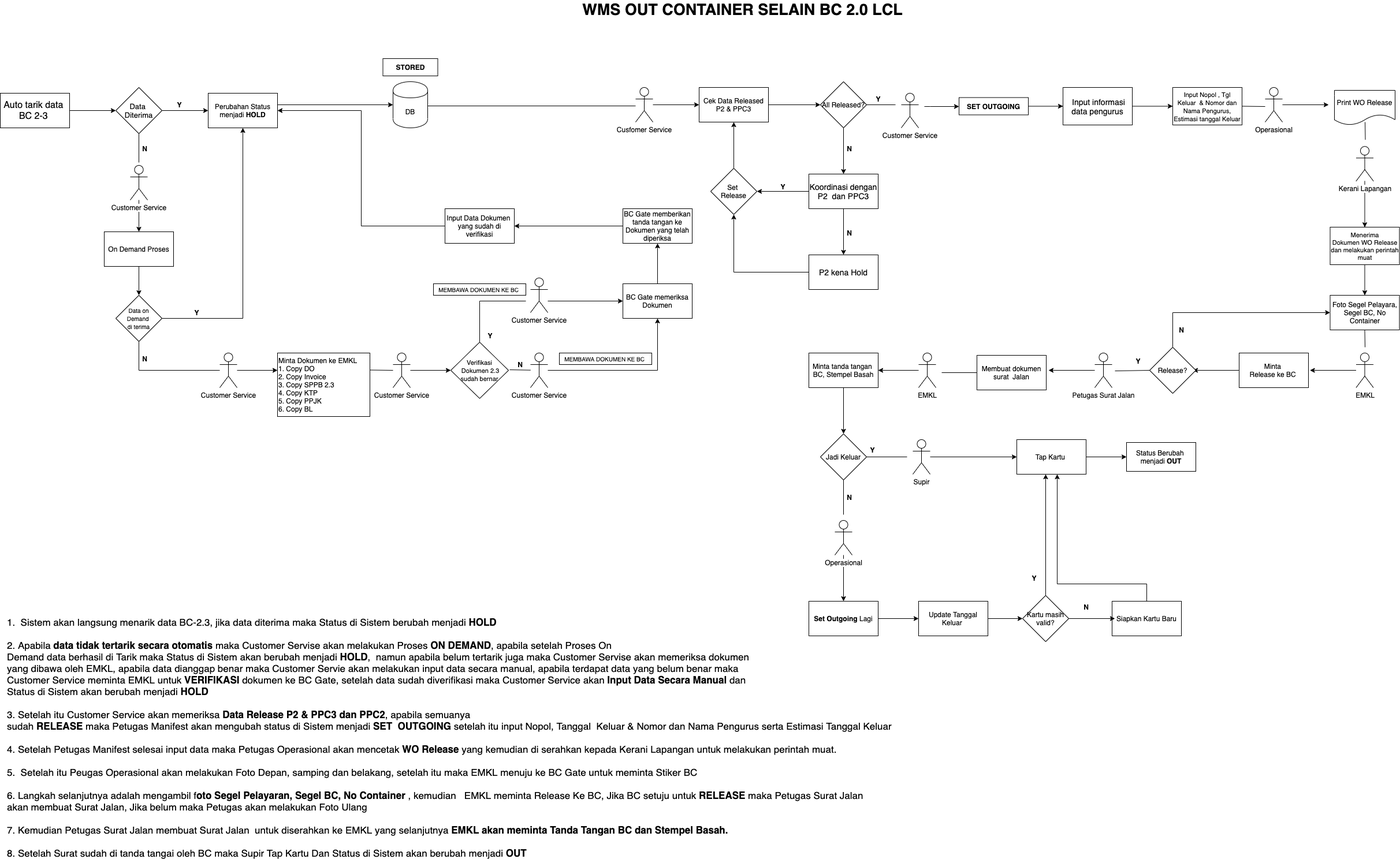
Above: img/lcl23.png in sftmm/User-Manual (draw.io), before the change. Source tidied: cells renumbered, new cells last; positions are measured from the earlier drawing's top-left corner, leaving out a move shared by most shapes.
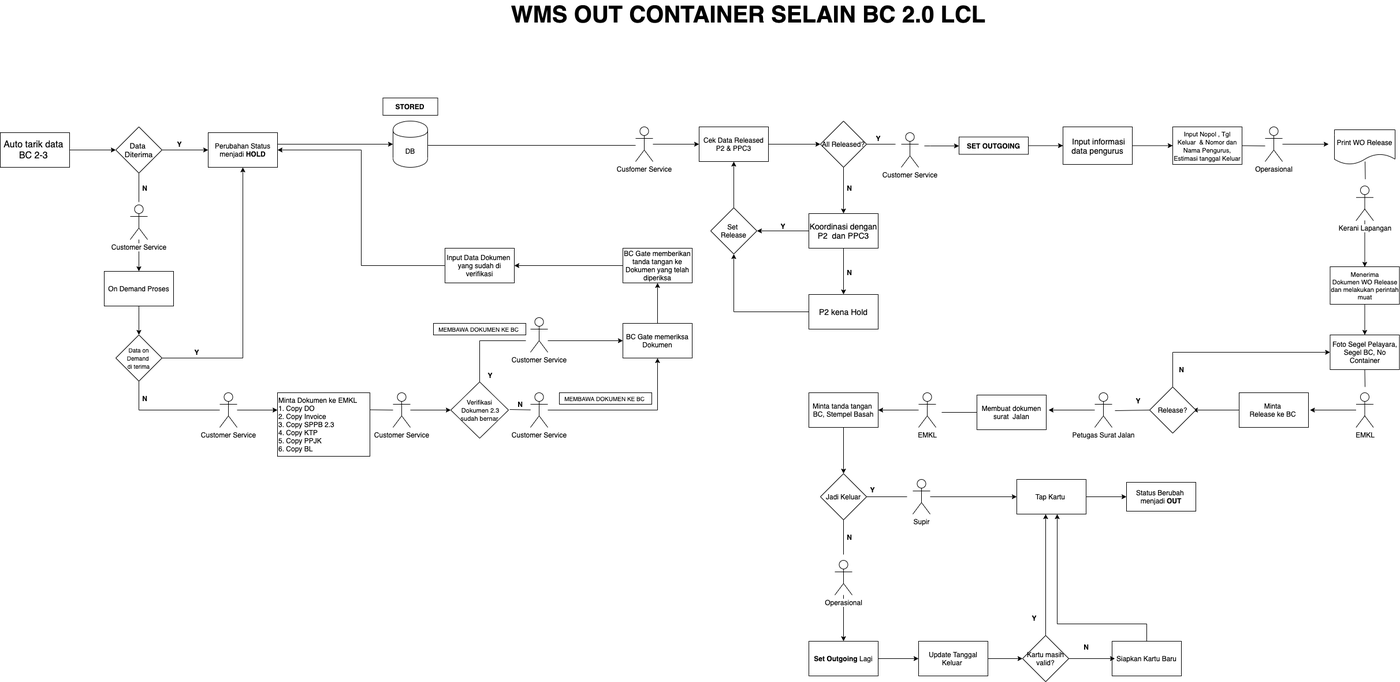
The same file after the commit.

The edit, as a diff of the source:
```diff
@@ -309,8 +309,8 @@
     <mxCell id="82" value="Supir" style="shape=umlActor;verticalLabelPosition=bottom;labelBackgroundColor=#ffffff;verticalAlign=top;html=1;outlineConnect=0;" parent="1" vertex="1">
       <mxGeometry x="1580" y="760" width="30" height="60" as="geometry" />
     </mxCell>
-    <mxCell id="83" value="&lt;b&gt;&lt;font style=&quot;font-size: 27px&quot;&gt;WMS OUT CONTAINER SELAIN BC 2.0 LCL&lt;/font&gt;&lt;/b&gt;" style="text;html=1;align=center;verticalAlign=middle;fontSize=23;" parent="1" vertex="1">
-      <mxGeometry x="1000" width="570" height="30" as="geometry" />
+    <mxCell id="83" value="&lt;b&gt;&lt;font style=&quot;font-size: 40px&quot;&gt;WMS OUT CONTAINER SELAIN BC 2.0 LCL&lt;/font&gt;&lt;/b&gt;" style="text;html=1;align=center;verticalAlign=middle;fontSize=23;" parent="1" vertex="1">
+      <mxGeometry x="875" y="-65" width="840" height="40" as="geometry" />
     </mxCell>
     <mxCell id="84" style="edgeStyle=orthogonalEdgeStyle;rounded=0;jettySize=auto;html=1;" parent="1" edge="1" source="85" target="43">
       <mxGeometry relative="1" as="geometry" />
@@ -378,9 +378,6 @@
         <mxPoint x="2363" y="210" as="targetPoint" />
       </mxGeometry>
     </mxCell>
-    <mxCell id="102" value="&lt;div style=&quot;text-align: justify ; font-size: 17px&quot;&gt;&lt;font style=&quot;font-size: 17px&quot;&gt;1.&amp;nbsp; Sistem akan langsung menarik data BC-2.3, jika data diterima&amp;nbsp;maka Status di Sistem berubah menjadi&amp;nbsp;&lt;b&gt;HOLD&lt;/b&gt;&lt;/font&gt;&lt;/div&gt;&lt;div style=&quot;text-align: justify ; font-size: 17px&quot;&gt;&lt;font style=&quot;font-size: 17px&quot;&gt;&lt;br&gt;&lt;/font&gt;&lt;/div&gt;&lt;div style=&quot;text-align: justify ; font-size: 17px&quot;&gt;&lt;font style=&quot;font-size: 17px&quot;&gt;2.&amp;nbsp;Apabila &lt;b&gt;data tidak tertarik secara&amp;nbsp;otomatis&lt;/b&gt; maka Customer Servise akan melakukan&amp;nbsp;Proses &lt;b&gt;ON DEMAND&lt;/b&gt;,&amp;nbsp;apabila setelah Proses On&lt;/font&gt;&lt;/div&gt;&lt;div style=&quot;text-align: justify ; font-size: 17px&quot;&gt;&lt;font style=&quot;font-size: 17px&quot;&gt;Demand data berhasil di Tarik maka Status di&amp;nbsp;Sistem akan berubah menjadi&amp;nbsp;&lt;b&gt;HOLD&lt;/b&gt;,&amp;nbsp; namun apabila belum&amp;nbsp;tertarik juga maka Customer Servise akan memeriksa dokumen&lt;/font&gt;&lt;/div&gt;&lt;div style=&quot;text-align: justify ; font-size: 17px&quot;&gt;&lt;font style=&quot;font-size: 17px&quot;&gt;&lt;span&gt;yang dibawa oleh EMKL, apabila data dianggap&amp;nbsp;&lt;/span&gt;&lt;span&gt;benar maka Customer Servie akan&amp;nbsp;melakukan input data secara manual,&amp;nbsp;&lt;/span&gt;&lt;span&gt;apabila terdapat data yang belum benar maka&lt;/span&gt;&lt;/font&gt;&lt;/div&gt;&lt;div style=&quot;text-align: justify ; font-size: 17px&quot;&gt;&lt;font style=&quot;font-size: 17px&quot;&gt;Customer Service meminta&amp;nbsp;EMKL untuk&amp;nbsp;&lt;b&gt;VERIFIKASI&lt;/b&gt; dokumen ke BC Gate, setelah data sudah diverifikasi maka&amp;nbsp;Customer Service akan&amp;nbsp;&lt;b&gt;Input Data Secara Manual&lt;/b&gt; dan&lt;/font&gt;&lt;/div&gt;&lt;div style=&quot;text-align: justify ; font-size: 17px&quot;&gt;&lt;font style=&quot;font-size: 17px&quot;&gt;Status&amp;nbsp;di Sistem akan berubah menjadi&amp;nbsp;&lt;b&gt;HOLD&lt;/b&gt;&lt;/font&gt;&lt;/div&gt;&lt;div style=&quot;text-align: justify ; font-size: 17px&quot;&gt;&lt;font style=&quot;font-size: 17px&quot;&gt;&lt;br&gt;&lt;/font&gt;&lt;/div&gt;&lt;div style=&quot;text-align: justify ; font-size: 17px&quot;&gt;&lt;font style=&quot;font-size: 17px&quot;&gt;3.&amp;nbsp;Setelah itu Customer Service akan&amp;nbsp;memeriksa&amp;nbsp;&lt;b&gt;Data Release P2 &amp;amp; PPC3 dan PPC2&lt;/b&gt;, apabila semuanya&lt;/font&gt;&lt;/div&gt;&lt;div style=&quot;text-align: justify ; font-size: 17px&quot;&gt;&lt;font style=&quot;font-size: 17px&quot;&gt;sudah&amp;nbsp;&lt;b&gt;RELEASE&lt;/b&gt;&amp;nbsp;maka Petugas&amp;nbsp;Manifest akan mengubah status di&amp;nbsp;Sistem menjadi&amp;nbsp;&lt;b&gt;SET&amp;nbsp; OUTGOING&lt;/b&gt;&amp;nbsp;setelah itu input Nopol,&amp;nbsp;Tanggal&amp;nbsp; Keluar &amp;amp; Nomor dan Nama Pengurus serta Estimasi Tanggal&amp;nbsp;Keluar&lt;/font&gt;&lt;/div&gt;&lt;div style=&quot;text-align: justify ; font-size: 17px&quot;&gt;&lt;font style=&quot;font-size: 17px&quot;&gt;&lt;br&gt;&lt;/font&gt;&lt;/div&gt;&lt;div style=&quot;text-align: justify ; font-size: 17px&quot;&gt;&lt;font style=&quot;font-size: 17px&quot;&gt;4.&amp;nbsp;Setelah Petugas Manifest selesai input&amp;nbsp;data maka&amp;nbsp;Petugas Operasional akan mencetak &lt;b&gt;WO Release&lt;/b&gt;&amp;nbsp;yang&amp;nbsp;kemudian di serahkan kepada&amp;nbsp;Kerani Lapangan untuk melakukan&amp;nbsp;perintah muat.&lt;/font&gt;&lt;/div&gt;&lt;div style=&quot;text-align: justify ; font-size: 17px&quot;&gt;&lt;font style=&quot;font-size: 17px&quot;&gt;&lt;br&gt;&lt;/font&gt;&lt;/div&gt;&lt;div style=&quot;text-align: justify ; font-size: 17px&quot;&gt;&lt;font style=&quot;font-size: 17px&quot;&gt;&lt;span&gt;5.&amp;nbsp; Setelah itu Peugas Operasional akan&amp;nbsp;&lt;/span&gt;&lt;span&gt;melakukan Foto Depan, samping dan belakang, setelah itu maka EMKL menuju&amp;nbsp;&lt;/span&gt;&lt;span&gt;ke&amp;nbsp;BC Gate untuk meminta Stiker BC&lt;/span&gt;&lt;/font&gt;&lt;/div&gt;&lt;div style=&quot;text-align: justify ; font-size: 17px&quot;&gt;&lt;font style=&quot;font-size: 17px&quot;&gt;&lt;br&gt;&lt;/font&gt;&lt;/div&gt;&lt;div style=&quot;text-align: justify ; font-size: 17px&quot;&gt;&lt;font style=&quot;font-size: 17px&quot;&gt;6. Langkah selanjutnya adalah mengambil&amp;nbsp;f&lt;b&gt;oto Segel&amp;nbsp;Pelayaran, Segel BC, No Container&lt;/b&gt; , kemudian&amp;nbsp; &amp;nbsp;EMKL&amp;nbsp;meminta Release Ke BC, Jika BC setuju untuk&amp;nbsp;&lt;b&gt;RELEASE&lt;/b&gt;&amp;nbsp;maka&amp;nbsp;Petugas&amp;nbsp;Surat Jalan&amp;nbsp;&lt;/font&gt;&lt;/div&gt;&lt;div style=&quot;text-align: justify ; font-size: 17px&quot;&gt;&lt;font style=&quot;font-size: 17px&quot;&gt;&lt;span&gt;akan membuat Surat Jalan, Jika&amp;nbsp;&lt;/span&gt;&lt;span&gt;belum maka Petugas akan melakukan Foto Ulang&lt;/span&gt;&lt;/font&gt;&lt;/div&gt;&lt;div style=&quot;text-align: justify ; font-size: 17px&quot;&gt;&lt;font style=&quot;font-size: 17px&quot;&gt;&lt;br&gt;&lt;/font&gt;&lt;/div&gt;&lt;div style=&quot;text-align: justify ; font-size: 17px&quot;&gt;&lt;font style=&quot;font-size: 17px&quot;&gt;7.&amp;nbsp;Kemudian Petugas Surat Jalan membuat&amp;nbsp;Surat Jalan&amp;nbsp; untuk diserahkan ke EMKL yang selanjutnya&lt;b&gt; EMKL akan meminta&amp;nbsp;&lt;/b&gt;&lt;b&gt;Tanda Tangan BC dan Stempel Basah.&amp;nbsp;&lt;/b&gt;&lt;/font&gt;&lt;/div&gt;&lt;div style=&quot;text-align: justify ; font-size: 17px&quot;&gt;&lt;font style=&quot;font-size: 17px&quot;&gt;&lt;br&gt;&lt;/font&gt;&lt;/div&gt;&lt;div style=&quot;text-align: justify ; font-size: 17px&quot;&gt;&lt;font style=&quot;font-size: 17px&quot;&gt;8.&amp;nbsp;Setelah Surat sudah di tanda tangai&amp;nbsp;oleh BC maka Supir Tap Kartu Dan Status di Sistem akan berubah menjadi&amp;nbsp;&lt;b&gt;OUT&lt;/b&gt;&lt;/font&gt;&lt;/div&gt;" style="text;html=1;" parent="1" vertex="1">
-      <mxGeometry x="10" y="1060" width="1050" height="310" as="geometry" />
-    </mxCell>
     <mxCell id="103" style="endArrow=none;html=1;entryX=0.5;entryY=1;entryDx=0;entryDy=0;" parent="1" edge="1" target="87">
       <mxGeometry relative="1" as="geometry">
         <mxPoint x="1460" y="890" as="sourcePoint" />
```
